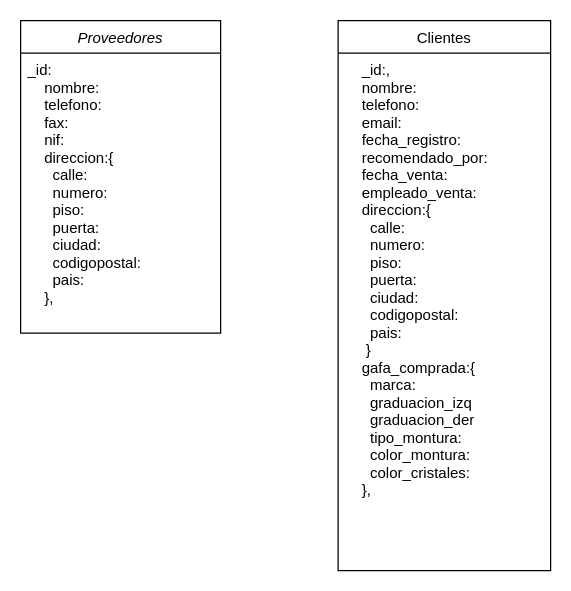
Above: optica_diagram.drawio in zeleugim88/mongoDB-estructura (draw.io), before the change. Source tidied: cells renumbered, new cells numbered last; positions are measured from the earlier drawing's top-left corner, leaving out a move shared by most shapes. Both pictures are drawn from the tidied source at 125%, with x=0, y=0 at pixel (20, 20).
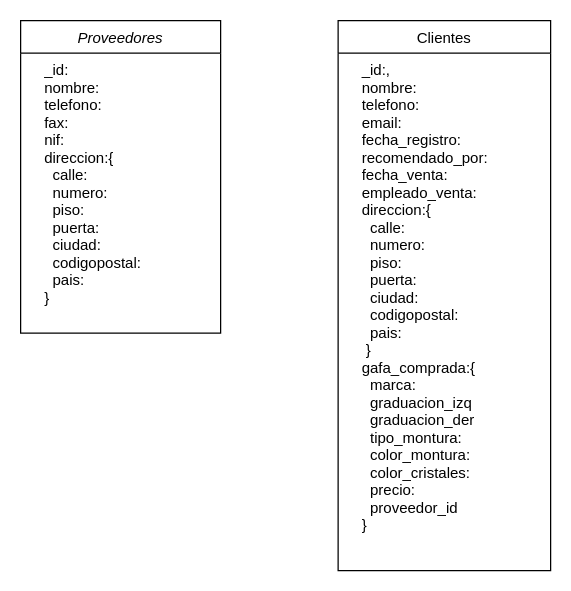
The same page after the edit.

Diff of the diagram source:
```diff
@@
 <mxGraphModel>
   <root>
     <mxCell id="0" />
     <mxCell id="1" parent="0" />
     <mxCell id="2" value="Proveedores" style="swimlane;fontStyle=2;align=center;verticalAlign=top;horizontal=1;startSize=26;rounded=0;shadow=0;strokeWidth=1;" parent="1" vertex="1">
       <mxGeometry width="160" height="250" as="geometry" />
     </mxCell>
-    <mxCell id="3" value="_id:    &#10;    nombre: &#10;    telefono: &#10;    fax:&#10;    nif: &#10;    direccion:{&#10;      calle: &#10;      numero: &#10;      piso:&#10;      puerta:&#10;      ciudad: &#10;      codigopostal: &#10;      pais: &#10;    },&#10;    &#10;&#10;" style="text;align=left;verticalAlign=top;spacingLeft=4;spacingRight=4;overflow=hidden;" parent="2" vertex="1">
+    <mxCell id="3" value="    _id:    &#10;    nombre: &#10;    telefono: &#10;    fax:&#10;    nif: &#10;    direccion:{&#10;      calle: &#10;      numero: &#10;      piso:&#10;      puerta:&#10;      ciudad: &#10;      codigopostal: &#10;      pais: &#10;    }&#10;    &#10;&#10;" style="text;align=left;verticalAlign=top;spacingLeft=4;spacingRight=4;overflow=hidden;" parent="2" vertex="1">
       <mxGeometry y="26" width="160" height="214" as="geometry" />
     </mxCell>
     <mxCell id="4" value="Clientes" style="swimlane;fontStyle=0;align=center;verticalAlign=top;horizontal=1;startSize=26;rounded=0;shadow=0;strokeWidth=1;" parent="1" vertex="1">
       <mxGeometry x="254" width="170" height="440" as="geometry" />
     </mxCell>
-    <mxCell id="5" value="    _id:,&#10;    nombre: &#10;    telefono: &#10;    email: &#10;    fecha_registro: &#10;    recomendado_por: &#10;    fecha_venta: &#10;    empleado_venta: &#10;    direccion:{&#10;      calle: &#10;      numero:&#10;      piso: &#10;      puerta: &#10;      ciudad: &#10;      codigopostal: &#10;      pais:&#10;     }&#10;    gafa_comprada:{&#10;      marca: &#10;      graduacion_izq&#10;      graduacion_der&#10;      tipo_montura: &#10;      color_montura:&#10;      color_cristales:&#10;    },&#10;" style="text;align=left;verticalAlign=top;spacingLeft=4;spacingRight=4;overflow=hidden;" parent="4" vertex="1">
+    <mxCell id="5" value="    _id:,&#10;    nombre: &#10;    telefono: &#10;    email: &#10;    fecha_registro: &#10;    recomendado_por: &#10;    fecha_venta: &#10;    empleado_venta: &#10;    direccion:{&#10;      calle: &#10;      numero:&#10;      piso: &#10;      puerta: &#10;      ciudad: &#10;      codigopostal: &#10;      pais:&#10;     }&#10;    gafa_comprada:{&#10;      marca: &#10;      graduacion_izq&#10;      graduacion_der&#10;      tipo_montura: &#10;      color_montura:&#10;      color_cristales:&#10;      precio:&#10;      proveedor_id&#10;    }&#10;" style="text;align=left;verticalAlign=top;spacingLeft=4;spacingRight=4;overflow=hidden;" parent="4" vertex="1">
       <mxGeometry y="26" width="170" height="414" as="geometry" />
     </mxCell>
   </root>
 </mxGraphModel>
```
